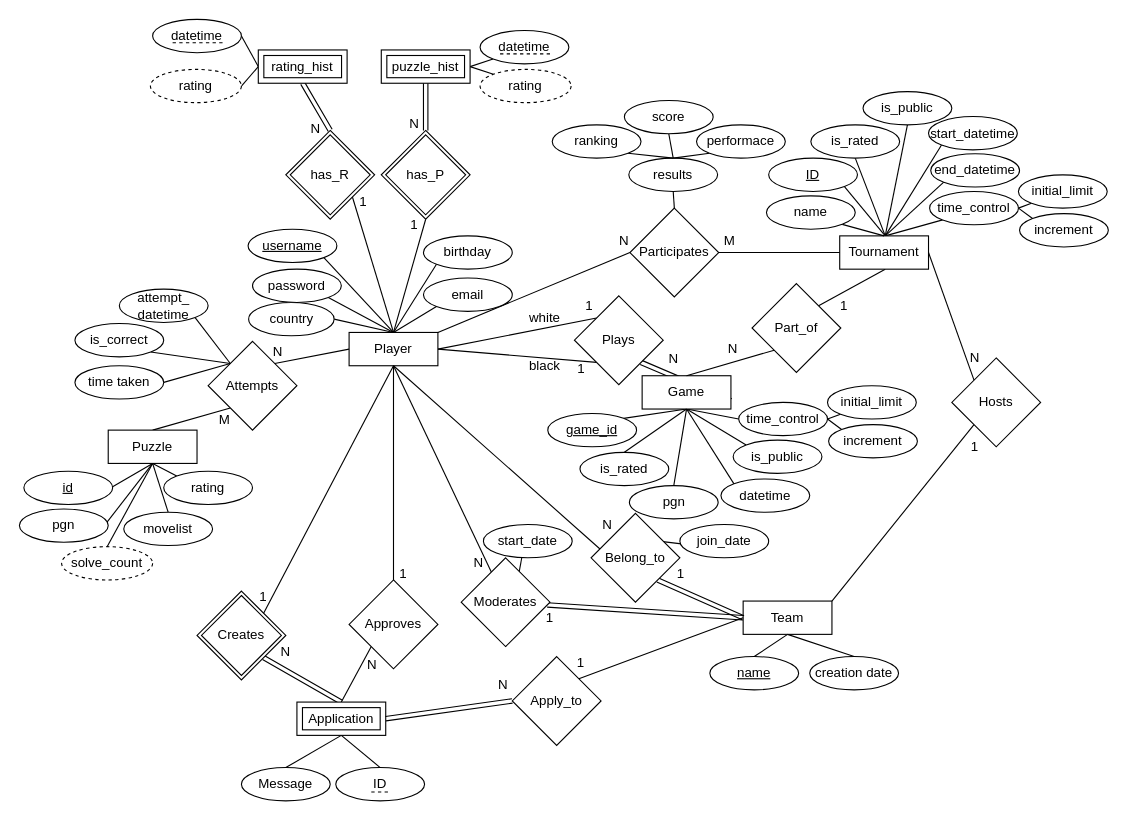
This is page "ER Diagram" (1 of 2) of Reports/Diagrams.drawio from Hal0g3n/CS6131, a draw.io file, before an edit. Source tidied: cells renumbered, new cells numbered last; positions are measured from the earlier drawing's top-left corner, leaving out a move shared by most shapes. Both pictures are drawn from the tidied source at 111%, with x=0, y=0 at pixel (19, 19).
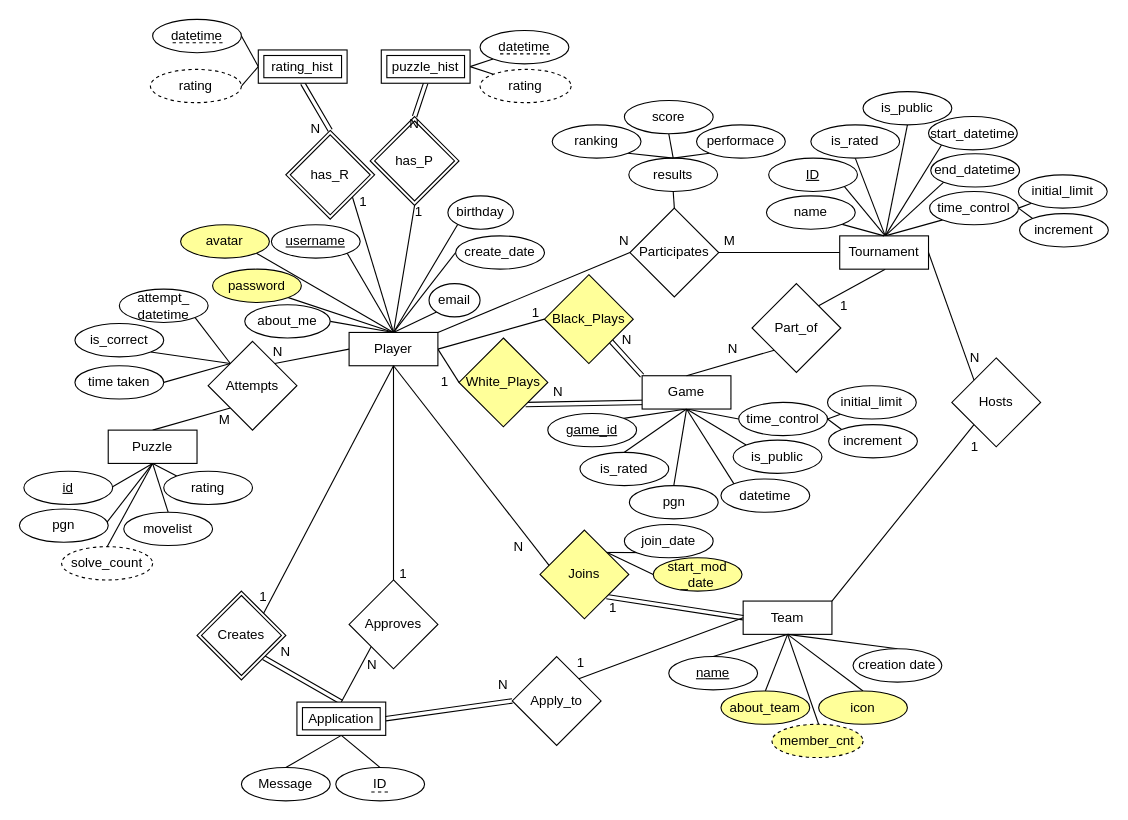
The same diagram, later.

Unchanged cells that the change refers to:
```xml
<mxCell id="7" value="Player" style="rounded=0;whiteSpace=wrap;html=1;" parent="1" vertex="1">
  <mxGeometry x="297" y="282" width="80" height="30" as="geometry" />
</mxCell>
<mxCell id="24" value="Team" style="rounded=0;whiteSpace=wrap;html=1;" parent="1" vertex="1">
  <mxGeometry x="652" y="524" width="80" height="30" as="geometry" />
</mxCell>
<mxCell id="57" value="Game" style="rounded=0;whiteSpace=wrap;html=1;" parent="1" vertex="1">
  <mxGeometry x="561" y="321" width="80" height="30" as="geometry" />
</mxCell>
```

What changed in the source:
```diff
@@
-    <mxCell id="5" style="edgeStyle=none;html=1;exitX=1;exitY=0.5;exitDx=0;exitDy=0;entryX=0;entryY=1;entryDx=0;entryDy=0;endArrow=none;endFill=0;" parent="1" edge="1" source="7" target="62">
+    <mxCell id="5" style="edgeStyle=none;html=1;exitX=1;exitY=0.5;exitDx=0;exitDy=0;entryX=0;entryY=0.5;entryDx=0;entryDy=0;endArrow=none;endFill=0;" parent="1" edge="1" source="7" target="167">
       <mxGeometry relative="1" as="geometry" />
     </mxCell>
-    <mxCell id="6" style="edgeStyle=none;html=1;exitX=1;exitY=0.5;exitDx=0;exitDy=0;entryX=0;entryY=0;entryDx=0;entryDy=0;endArrow=none;endFill=0;" parent="1" edge="1" source="7" target="62">
+    <mxCell id="6" style="edgeStyle=none;html=1;exitX=1;exitY=0.5;exitDx=0;exitDy=0;entryX=0;entryY=0.5;entryDx=0;entryDy=0;endArrow=none;endFill=0;" parent="1" edge="1" source="7" target="62">
       <mxGeometry relative="1" as="geometry" />
     </mxCell>
+    <mxCell id="164" style="edgeStyle=none;html=1;exitX=0.5;exitY=0;exitDx=0;exitDy=0;entryX=0;entryY=0.5;entryDx=0;entryDy=0;endArrow=none;endFill=0;" parent="1" edge="1" source="7" target="174">
+      <mxGeometry relative="1" as="geometry" />
+    </mxCell>
@@
-    <mxCell id="21" style="edgeStyle=none;html=1;exitX=0;exitY=0.5;exitDx=0;exitDy=0;endArrow=none;endFill=0;shape=link;" parent="1" edge="1" source="24" target="26">
-      <mxGeometry relative="1" as="geometry" />
-    </mxCell>
@@
-    <mxCell id="25" style="edgeStyle=none;html=1;exitX=0.5;exitY=1;exitDx=0;exitDy=0;entryX=0.5;entryY=0;entryDx=0;entryDy=0;endArrow=none;endFill=0;" parent="1" edge="1" source="26" target="29">
-      <mxGeometry relative="1" as="geometry" />
-    </mxCell>
-    <mxCell id="26" value="Moderates" style="rhombus;whiteSpace=wrap;html=1;" parent="1" vertex="1">
-      <mxGeometry x="398" y="485" width="80" height="80" as="geometry" />
-    </mxCell>
-    <mxCell id="27" value="N" style="text;html=1;strokeColor=none;fillColor=none;align=center;verticalAlign=middle;whiteSpace=wrap;rounded=0;" parent="1" vertex="1">
-      <mxGeometry x="384" y="475" width="60" height="30" as="geometry" />
-    </mxCell>
-    <mxCell id="28" value="1" style="text;html=1;strokeColor=none;fillColor=none;align=center;verticalAlign=middle;whiteSpace=wrap;rounded=0;" parent="1" vertex="1">
-      <mxGeometry x="448" y="524" width="60" height="30" as="geometry" />
-    </mxCell>
+    <mxCell id="165" style="edgeStyle=none;html=1;exitX=0;exitY=0.5;exitDx=0;exitDy=0;entryX=1;entryY=0;entryDx=0;entryDy=0;endArrow=none;endFill=0;" parent="1" edge="1" source="29" target="71">
+      <mxGeometry relative="1" as="geometry" />
+    </mxCell>
-    <mxCell id="29" value="start_date" style="ellipse;whiteSpace=wrap;html=1;" parent="1" vertex="1">
-      <mxGeometry x="418" y="455" width="80" height="30" as="geometry" />
+    <mxCell id="29" value="start_mod&lt;br&gt;_date" style="ellipse;whiteSpace=wrap;html=1;fillColor=#FFFF99;" parent="1" vertex="1">
+      <mxGeometry x="571" y="485" width="80" height="30" as="geometry" />
     </mxCell>
     <mxCell id="30" value="&lt;u&gt;name&lt;/u&gt;" style="ellipse;whiteSpace=wrap;html=1;" parent="1" vertex="1">
-      <mxGeometry x="622" y="574" width="80" height="30" as="geometry" />
+      <mxGeometry x="585" y="574" width="80" height="30" as="geometry" />
     </mxCell>
@@
     <mxCell id="32" value="creation date" style="ellipse;whiteSpace=wrap;html=1;" parent="1" vertex="1">
-      <mxGeometry x="712" y="574" width="80" height="30" as="geometry" />
+      <mxGeometry x="751" y="567" width="80" height="30" as="geometry" />
     </mxCell>
@@
-    <mxCell id="62" value="Plays" style="rhombus;whiteSpace=wrap;html=1;" parent="1" vertex="1">
-      <mxGeometry x="500" y="249" width="80" height="80" as="geometry" />
+    <mxCell id="62" value="White_Plays" style="rhombus;whiteSpace=wrap;html=1;fillColor=#FFFF99;" parent="1" vertex="1">
+      <mxGeometry x="396" y="287" width="80" height="80" as="geometry" />
     </mxCell>
     <mxCell id="63" value="N" style="text;html=1;strokeColor=none;fillColor=none;align=center;verticalAlign=middle;whiteSpace=wrap;rounded=0;" parent="1" vertex="1">
-      <mxGeometry x="566" y="300" width="47" height="12" as="geometry" />
+      <mxGeometry x="524" y="283" width="47" height="12" as="geometry" />
     </mxCell>
-    <mxCell id="64" style="edgeStyle=none;html=1;exitX=0.5;exitY=1;exitDx=0;exitDy=0;endArrow=none;endFill=0;" parent="1" edge="1" source="7" target="26">
-      <mxGeometry relative="1" as="geometry" />
-    </mxCell>
@@
-    <mxCell id="71" value="Belong_to" style="rhombus;whiteSpace=wrap;html=1;" parent="1" vertex="1">
-      <mxGeometry x="515" y="445" width="80" height="80" as="geometry" />
+    <mxCell id="71" value="Joins" style="rhombus;whiteSpace=wrap;html=1;fillColor=#FFFF99;" parent="1" vertex="1">
+      <mxGeometry x="469" y="460" width="80" height="80" as="geometry" />
     </mxCell>
     <mxCell id="72" value="join_date" style="ellipse;whiteSpace=wrap;html=1;" parent="1" vertex="1">
-      <mxGeometry x="595" y="455" width="80" height="30" as="geometry" />
+      <mxGeometry x="545" y="455" width="80" height="30" as="geometry" />
     </mxCell>
@@
     <mxCell id="96" value="N" style="text;html=1;strokeColor=none;fillColor=none;align=center;verticalAlign=middle;whiteSpace=wrap;rounded=0;" parent="1" vertex="1">
-      <mxGeometry x="500" y="441" width="60" height="30" as="geometry" />
+      <mxGeometry x="420" y="460" width="60" height="30" as="geometry" />
     </mxCell>
     <mxCell id="97" value="1" style="text;html=1;strokeColor=none;fillColor=none;align=center;verticalAlign=middle;whiteSpace=wrap;rounded=0;" parent="1" vertex="1">
-      <mxGeometry x="566" y="485" width="60" height="30" as="geometry" />
+      <mxGeometry x="505" y="515" width="60" height="30" as="geometry" />
     </mxCell>
@@
-    <mxCell id="116" value="white&lt;font style=&quot;font-size: 7px;&quot;&gt;&lt;br style=&quot;&quot;&gt;&lt;/font&gt;&lt;br&gt;&lt;br style=&quot;font-size: 11px;&quot;&gt;black" style="text;html=1;align=center;verticalAlign=middle;strokeColor=none;fillColor=none;rotation=0;" parent="1" vertex="1">
-      <mxGeometry x="448" y="255" width="50" height="70" as="geometry" />
-    </mxCell>
@@
     <mxCell id="118" value="1" style="text;html=1;align=center;verticalAlign=middle;strokeColor=none;fillColor=none;" parent="1" vertex="1">
-      <mxGeometry x="491" y="300" width="30" height="30" as="geometry" />
+      <mxGeometry x="368" y="312" width="30" height="30" as="geometry" />
     </mxCell>
@@
     <mxCell id="121" value="&lt;u&gt;username&lt;/u&gt;" style="ellipse;whiteSpace=wrap;html=1;" parent="1" vertex="1">
-      <mxGeometry x="206" y="189" width="80" height="30" as="geometry" />
+      <mxGeometry x="227" y="185" width="80" height="30" as="geometry" />
     </mxCell>
@@
     <mxCell id="124" value="birthday" style="ellipse;whiteSpace=wrap;html=1;" parent="1" vertex="1">
-      <mxGeometry x="364" y="195" width="80" height="30" as="geometry" />
+      <mxGeometry x="386" y="159" width="59" height="30" as="geometry" />
     </mxCell>
@@
     <mxCell id="126" value="email" style="ellipse;whiteSpace=wrap;html=1;" parent="1" vertex="1">
-      <mxGeometry x="364" y="233" width="80" height="30" as="geometry" />
+      <mxGeometry x="369" y="238" width="46" height="30" as="geometry" />
     </mxCell>
@@
-    <mxCell id="128" value="country" style="ellipse;whiteSpace=wrap;html=1;" parent="1" vertex="1">
-      <mxGeometry x="206.5" y="255" width="77" height="30" as="geometry" />
+    <mxCell id="128" value="about_me" style="ellipse;whiteSpace=wrap;html=1;" parent="1" vertex="1">
+      <mxGeometry x="203" y="257" width="77" height="30" as="geometry" />
     </mxCell>
@@
-    <mxCell id="130" value="password" style="ellipse;whiteSpace=wrap;html=1;" parent="1" vertex="1">
-      <mxGeometry x="210" y="225" width="80" height="30" as="geometry" />
+    <mxCell id="130" value="password" style="ellipse;whiteSpace=wrap;html=1;fillColor=#FFFF99;" parent="1" vertex="1">
+      <mxGeometry x="174" y="225" width="80" height="30" as="geometry" />
     </mxCell>
@@
     <mxCell id="144" value="has_P" style="shape=rhombus;double=1;perimeter=rhombusPerimeter;whiteSpace=wrap;html=1;align=center;" parent="1" vertex="1">
-      <mxGeometry x="326" y="100" width="80" height="80" as="geometry" />
+      <mxGeometry x="316" y="87.5" width="80" height="80" as="geometry" />
     </mxCell>
@@
     <mxCell id="156" value="1" style="text;html=1;strokeColor=none;fillColor=none;align=center;verticalAlign=middle;whiteSpace=wrap;rounded=0;" parent="1" vertex="1">
-      <mxGeometry x="326" y="170" width="60" height="30" as="geometry" />
+      <mxGeometry x="330" y="159" width="60" height="30" as="geometry" />
     </mxCell>
@@
+    <mxCell id="166" style="edgeStyle=none;html=1;exitX=1;exitY=1;exitDx=0;exitDy=0;entryX=0;entryY=0;entryDx=0;entryDy=0;shape=link;" parent="1" edge="1" source="167" target="57">
+      <mxGeometry relative="1" as="geometry" />
+    </mxCell>
+    <mxCell id="167" value="Black_Plays" style="rhombus;whiteSpace=wrap;html=1;fillColor=#FFFF99;" parent="1" vertex="1">
+      <mxGeometry x="473" y="230" width="80" height="80" as="geometry" />
+    </mxCell>
+    <mxCell id="27" value="N" style="text;html=1;align=center;verticalAlign=middle;strokeColor=none;fillColor=none;" parent="1" vertex="1">
+      <mxGeometry x="470" y="321" width="30" height="30" as="geometry" />
+    </mxCell>
+    <mxCell id="28" value="1" style="text;html=1;align=center;verticalAlign=middle;strokeColor=none;fillColor=none;" parent="1" vertex="1">
+      <mxGeometry x="450" y="250" width="30" height="30" as="geometry" />
+    </mxCell>
+    <mxCell id="168" style="edgeStyle=none;html=1;exitX=0.5;exitY=1;exitDx=0;exitDy=0;entryX=0.5;entryY=0;entryDx=0;entryDy=0;endArrow=none;endFill=0;" parent="1" edge="1" source="24" target="169">
+      <mxGeometry relative="1" as="geometry" />
+    </mxCell>
+    <mxCell id="169" value="about_team" style="ellipse;whiteSpace=wrap;html=1;fillColor=#FFFF99;" parent="1" vertex="1">
+      <mxGeometry x="632" y="605" width="80" height="30" as="geometry" />
+    </mxCell>
+    <mxCell id="170" style="edgeStyle=none;html=1;exitX=0.5;exitY=0;exitDx=0;exitDy=0;endArrow=none;endFill=0;entryX=0.5;entryY=1;entryDx=0;entryDy=0;" parent="1" edge="1" source="171" target="24">
+      <mxGeometry relative="1" as="geometry" />
+    </mxCell>
+    <mxCell id="171" value="icon" style="ellipse;whiteSpace=wrap;html=1;fillColor=#FFFF99;" parent="1" vertex="1">
+      <mxGeometry x="720" y="605" width="80" height="30" as="geometry" />
+    </mxCell>
+    <mxCell id="172" style="edgeStyle=none;html=1;exitX=1;exitY=1;exitDx=0;exitDy=0;entryX=0.5;entryY=0;entryDx=0;entryDy=0;endArrow=none;endFill=0;" parent="1" edge="1" source="173" target="7">
+      <mxGeometry relative="1" as="geometry" />
+    </mxCell>
+    <mxCell id="173" value="avatar" style="ellipse;whiteSpace=wrap;html=1;fillColor=#FFFF99;" parent="1" vertex="1">
+      <mxGeometry x="145.2" y="185" width="80" height="30" as="geometry" />
+    </mxCell>
+    <mxCell id="174" value="create_date" style="ellipse;whiteSpace=wrap;html=1;" parent="1" vertex="1">
+      <mxGeometry x="393" y="195" width="80" height="30" as="geometry" />
+    </mxCell>
+    <mxCell id="175" style="edgeStyle=none;html=1;exitX=0.5;exitY=0;exitDx=0;exitDy=0;entryX=0.5;entryY=1;entryDx=0;entryDy=0;endArrow=none;endFill=0;" parent="1" edge="1" target="24">
+      <mxGeometry relative="1" as="geometry">
+        <mxPoint x="720" y="635" as="sourcePoint" />
+      </mxGeometry>
+    </mxCell>
+    <mxCell id="176" value="member_cnt" style="ellipse;whiteSpace=wrap;html=1;align=center;dashed=1;fontSize=12;fillColor=#FFFF99;" parent="1" vertex="1">
+      <mxGeometry x="678" y="635" width="82" height="30" as="geometry" />
+    </mxCell>
```
